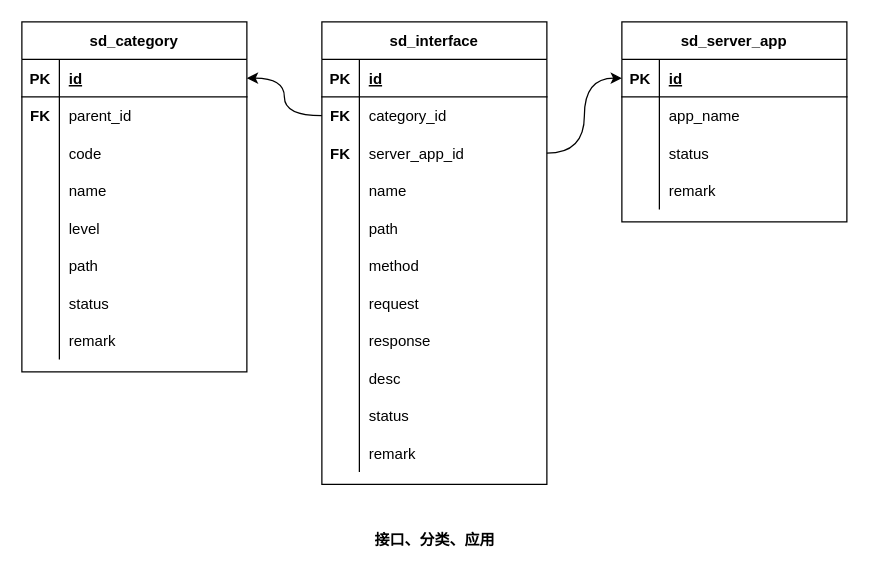
ab-doc/draw.io keeps this draw.io diagram as page "20220930143925" (2 of 7) of src/main/work/wyjz/design/service/directory/db_design_20220930.drawio. Above is the earlier version. Source tidied: cells renumbered, new cells numbered last; positions are measured from the earlier drawing's top-left corner, leaving out a move shared by most shapes. Both pictures are drawn from the tidied source at 125%, with x=0, y=0 at pixel (21, 21).
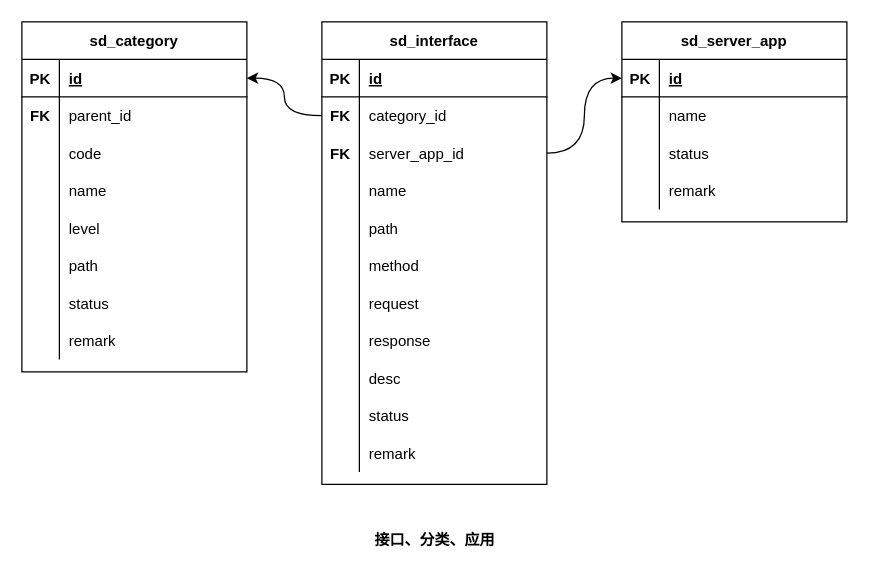
After the change.

The change refers to these unchanged cells:
```xml
<mxCell id="68" style="shape=tableRow;horizontal=0;startSize=0;swimlaneHead=0;swimlaneBody=0;fillColor=none;top=0;left=0;right=0;bottom=0;" parent="64" vertex="1">
  <mxGeometry y="60" width="180" height="30" as="geometry" />
</mxCell>
```

Diff of the diagram source:
```diff
@@
-    <mxCell id="70" value="app_name" style="shape=partialRectangle;fillColor=none;top=0;left=0;bottom=0;right=0;align=left;spacingLeft=6;overflow=hidden;" parent="68" vertex="1">
+    <mxCell id="70" value="name" style="shape=partialRectangle;fillColor=none;top=0;left=0;bottom=0;right=0;align=left;spacingLeft=6;overflow=hidden;" parent="68" vertex="1">
       <mxGeometry x="30" width="150" height="30" as="geometry" />
     </mxCell>
```
